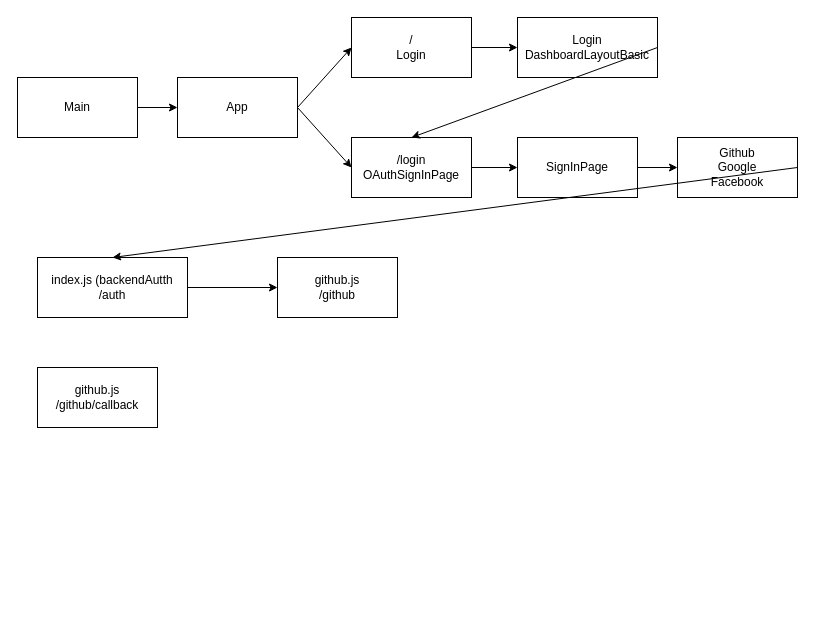
ocpdata/new-repo keeps this draw.io diagram as page "Página-3" (3 of 3) of Diagrama sin título.drawio. Above is the earlier version. Source tidied: cells renumbered, new cells numbered last; positions are measured from the earlier drawing's top-left corner, leaving out a move shared by most shapes. Both pictures are drawn from the tidied source at 100%, with x=0, y=0 at pixel (17, 17).
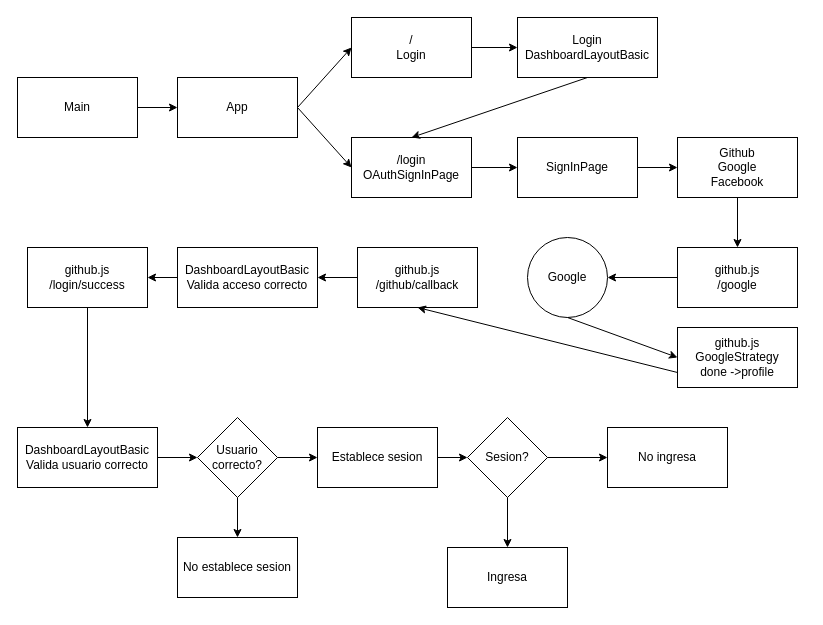
The same diagram, later.

The change refers to these unchanged cells:
```xml
<mxCell id="5" value="Login&lt;div&gt;DashboardLayoutBasic&lt;/div&gt;" style="rounded=0;whiteSpace=wrap;html=1;" parent="1" vertex="1">
  <mxGeometry x="500" width="140" height="60" as="geometry" />
</mxCell>
<mxCell id="9" value="/login&lt;div&gt;OAuthSignInPage&lt;/div&gt;" style="rounded=0;whiteSpace=wrap;html=1;" parent="1" vertex="1">
  <mxGeometry x="334" y="120" width="120" height="60" as="geometry" />
</mxCell>
<mxCell id="13" value="Github&lt;div&gt;Google&lt;/div&gt;&lt;div&gt;Facebook&lt;/div&gt;" style="rounded=0;whiteSpace=wrap;html=1;" parent="1" vertex="1">
  <mxGeometry x="660" y="120" width="120" height="60" as="geometry" />
</mxCell>
```

Change to the diagram source:
```diff
@@
-    <mxCell id="14" value="index.js (backendAutth&lt;div&gt;/auth&lt;/div&gt;" style="rounded=0;whiteSpace=wrap;html=1;" parent="1" vertex="1">
-      <mxGeometry x="20" y="240" width="150" height="60" as="geometry" />
-    </mxCell>
-    <mxCell id="15" style="endArrow=classic;html=1;rounded=0;exitX=1;exitY=0.5;exitDx=0;exitDy=0;entryX=0.5;entryY=0;entryDx=0;entryDy=0;" parent="1" edge="1" source="5" target="9">
+    <mxCell id="15" style="endArrow=classic;html=1;rounded=0;exitX=0.5;exitY=1;exitDx=0;exitDy=0;entryX=0.5;entryY=0;entryDx=0;entryDy=0;" parent="1" edge="1" source="5" target="9">
       <mxGeometry relative="1" as="geometry" />
     </mxCell>
-    <mxCell id="16" value="github.js&lt;div&gt;/github&lt;/div&gt;" style="rounded=0;whiteSpace=wrap;html=1;" parent="1" vertex="1">
-      <mxGeometry x="260" y="240" width="120" height="60" as="geometry" />
+    <mxCell id="16" value="github.js&lt;div&gt;/google&lt;/div&gt;" style="rounded=0;whiteSpace=wrap;html=1;" parent="1" vertex="1">
+      <mxGeometry x="660" y="230" width="120" height="60" as="geometry" />
     </mxCell>
-    <mxCell id="17" style="endArrow=classic;html=1;rounded=0;exitX=1;exitY=0.5;exitDx=0;exitDy=0;entryX=0.5;entryY=0;entryDx=0;entryDy=0;" parent="1" edge="1" source="13" target="14">
+    <mxCell id="17" style="endArrow=classic;html=1;rounded=0;exitX=0.5;exitY=1;exitDx=0;exitDy=0;entryX=0.5;entryY=0;entryDx=0;entryDy=0;" parent="1" edge="1" source="13" target="16">
       <mxGeometry relative="1" as="geometry" />
     </mxCell>
-    <mxCell id="18" style="endArrow=classic;html=1;rounded=0;exitX=1;exitY=0.5;exitDx=0;exitDy=0;entryX=0;entryY=0.5;entryDx=0;entryDy=0;" parent="1" edge="1" source="14" target="16">
-      <mxGeometry relative="1" as="geometry" />
-    </mxCell>
@@
     <mxCell id="20" value="github.js&lt;div&gt;/github/callback&lt;/div&gt;" style="rounded=0;whiteSpace=wrap;html=1;" parent="1" vertex="1">
-      <mxGeometry x="20" y="350" width="120" height="60" as="geometry" />
+      <mxGeometry x="340" y="230" width="120" height="60" as="geometry" />
     </mxCell>
+    <mxCell id="21" value="Google" style="ellipse;whiteSpace=wrap;html=1;" parent="1" vertex="1">
+      <mxGeometry x="510" y="220" width="80" height="80" as="geometry" />
+    </mxCell>
+    <mxCell id="22" style="endArrow=classic;html=1;rounded=0;exitX=0;exitY=0.5;exitDx=0;exitDy=0;entryX=1;entryY=0.5;entryDx=0;entryDy=0;" parent="1" edge="1" source="16" target="21">
+      <mxGeometry relative="1" as="geometry" />
+    </mxCell>
+    <mxCell id="23" value="github.js&lt;div&gt;GoogleStrategy&lt;/div&gt;&lt;div&gt;done -&amp;gt;profile&lt;/div&gt;" style="rounded=0;whiteSpace=wrap;html=1;" parent="1" vertex="1">
+      <mxGeometry x="660" y="310" width="120" height="60" as="geometry" />
+    </mxCell>
+    <mxCell id="24" style="endArrow=classic;html=1;rounded=0;exitX=0.5;exitY=1;exitDx=0;exitDy=0;entryX=0;entryY=0.5;entryDx=0;entryDy=0;" parent="1" edge="1" source="21" target="23">
+      <mxGeometry relative="1" as="geometry" />
+    </mxCell>
+    <mxCell id="25" style="endArrow=classic;html=1;rounded=0;exitX=0;exitY=0.75;exitDx=0;exitDy=0;entryX=0.5;entryY=1;entryDx=0;entryDy=0;" parent="1" edge="1" source="23" target="20">
+      <mxGeometry relative="1" as="geometry" />
+    </mxCell>
+    <mxCell id="26" value="Sesion?" style="rhombus;whiteSpace=wrap;html=1;" parent="1" vertex="1">
+      <mxGeometry x="450" y="400" width="80" height="80" as="geometry" />
+    </mxCell>
+    <mxCell id="27" value="No ingresa" style="rounded=0;whiteSpace=wrap;html=1;" parent="1" vertex="1">
+      <mxGeometry x="590" y="410" width="120" height="60" as="geometry" />
+    </mxCell>
+    <mxCell id="28" value="Ingresa" style="rounded=0;whiteSpace=wrap;html=1;" parent="1" vertex="1">
+      <mxGeometry x="430" y="530" width="120" height="60" as="geometry" />
+    </mxCell>
+    <mxCell id="29" value="DashboardLayoutBasic&lt;div&gt;Valida acceso correcto&lt;/div&gt;" style="rounded=0;whiteSpace=wrap;html=1;" parent="1" vertex="1">
+      <mxGeometry x="160" y="230" width="140" height="60" as="geometry" />
+    </mxCell>
+    <mxCell id="30" style="endArrow=classic;html=1;rounded=0;exitX=1;exitY=0.5;exitDx=0;exitDy=0;entryX=0;entryY=0.5;entryDx=0;entryDy=0;" parent="1" edge="1" source="26" target="27">
+      <mxGeometry relative="1" as="geometry" />
+    </mxCell>
+    <mxCell id="31" style="endArrow=classic;html=1;rounded=0;exitX=0.5;exitY=1;exitDx=0;exitDy=0;entryX=0.5;entryY=0;entryDx=0;entryDy=0;" parent="1" edge="1" source="26" target="28">
+      <mxGeometry relative="1" as="geometry" />
+    </mxCell>
+    <mxCell id="32" style="endArrow=classic;html=1;rounded=0;exitX=0;exitY=0.5;exitDx=0;exitDy=0;entryX=1;entryY=0.5;entryDx=0;entryDy=0;" parent="1" edge="1" source="20" target="29">
+      <mxGeometry relative="1" as="geometry" />
+    </mxCell>
+    <mxCell id="33" style="edgeStyle=orthogonalEdgeStyle;rounded=0;jettySize=auto;html=1;exitX=0.5;exitY=1;exitDx=0;exitDy=0;entryX=0.5;entryY=0;entryDx=0;entryDy=0;" parent="1" edge="1" source="34" target="36">
+      <mxGeometry relative="1" as="geometry" />
+    </mxCell>
+    <mxCell id="34" value="github.js&lt;div&gt;/login/success&lt;/div&gt;" style="rounded=0;whiteSpace=wrap;html=1;" parent="1" vertex="1">
+      <mxGeometry x="10" y="230" width="120" height="60" as="geometry" />
+    </mxCell>
+    <mxCell id="35" style="edgeStyle=orthogonalEdgeStyle;rounded=0;jettySize=auto;html=1;exitX=1;exitY=0.5;exitDx=0;exitDy=0;entryX=0;entryY=0.5;entryDx=0;entryDy=0;" parent="1" edge="1" source="36" target="40">
+      <mxGeometry relative="1" as="geometry" />
+    </mxCell>
+    <mxCell id="36" value="DashboardLayoutBasic&lt;div&gt;Valida usuario correcto&lt;/div&gt;" style="rounded=0;whiteSpace=wrap;html=1;" parent="1" vertex="1">
+      <mxGeometry y="410" width="140" height="60" as="geometry" />
+    </mxCell>
+    <mxCell id="37" style="endArrow=classic;html=1;rounded=0;exitX=0;exitY=0.5;exitDx=0;exitDy=0;entryX=1;entryY=0.5;entryDx=0;entryDy=0;" parent="1" edge="1" source="29" target="34">
+      <mxGeometry relative="1" as="geometry" />
+    </mxCell>
+    <mxCell id="38" style="edgeStyle=orthogonalEdgeStyle;rounded=0;jettySize=auto;html=1;exitX=1;exitY=0.5;exitDx=0;exitDy=0;entryX=0;entryY=0.5;entryDx=0;entryDy=0;" parent="1" edge="1" source="40" target="42">
+      <mxGeometry relative="1" as="geometry" />
+    </mxCell>
+    <mxCell id="39" style="edgeStyle=orthogonalEdgeStyle;rounded=0;jettySize=auto;html=1;exitX=0.5;exitY=1;exitDx=0;exitDy=0;entryX=0.5;entryY=0;entryDx=0;entryDy=0;" parent="1" edge="1" source="40" target="43">
+      <mxGeometry relative="1" as="geometry" />
+    </mxCell>
+    <mxCell id="40" value="Usuario correcto?" style="rhombus;whiteSpace=wrap;html=1;" parent="1" vertex="1">
+      <mxGeometry x="180" y="400" width="80" height="80" as="geometry" />
+    </mxCell>
+    <mxCell id="41" style="edgeStyle=orthogonalEdgeStyle;rounded=0;jettySize=auto;html=1;exitX=1;exitY=0.5;exitDx=0;exitDy=0;entryX=0;entryY=0.5;entryDx=0;entryDy=0;" parent="1" edge="1" source="42" target="26">
+      <mxGeometry relative="1" as="geometry" />
+    </mxCell>
+    <mxCell id="42" value="Establece sesion" style="rounded=0;whiteSpace=wrap;html=1;" parent="1" vertex="1">
+      <mxGeometry x="300" y="410" width="120" height="60" as="geometry" />
+    </mxCell>
+    <mxCell id="43" value="No establece sesion" style="rounded=0;whiteSpace=wrap;html=1;" parent="1" vertex="1">
+      <mxGeometry x="160" y="520" width="120" height="60" as="geometry" />
+    </mxCell>
```
